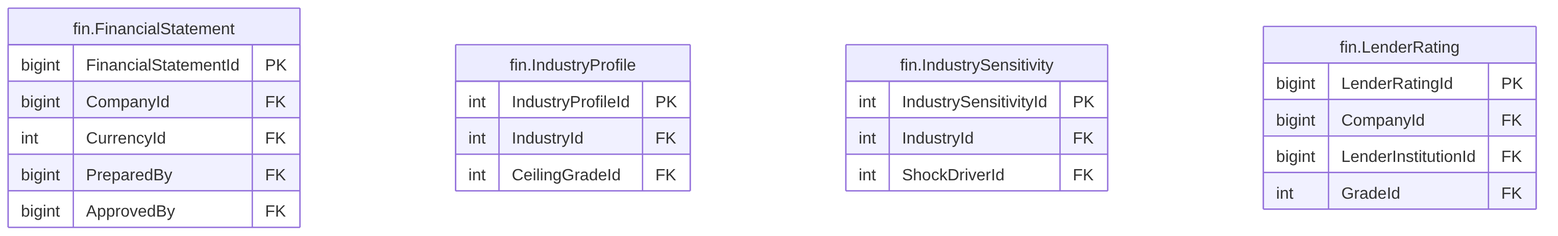
Before: treasury-platform/docs/diagrams/erd/m5_financials_7.png, a diagram exported from Mermaid (thawrasy/smartlines). Its source is kept beside it as treasury-platform/docs/diagrams/erd/m5_financials_7.mmd.
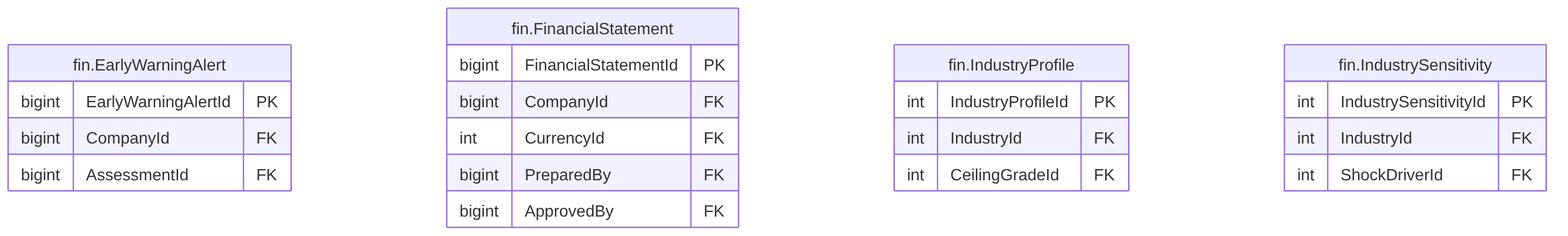
Later version of the same file.

Change to the diagram source:
```diff
@@ -1,4 +1,9 @@
 erDiagram
+  fin_EarlyWarningAlert["fin.EarlyWarningAlert"] {
+    bigint EarlyWarningAlertId PK
+    bigint CompanyId FK
+    bigint AssessmentId FK
+  }
   fin_FinancialStatement["fin.FinancialStatement"] {
     bigint FinancialStatementId PK
     bigint CompanyId FK
@@ -16,9 +21,3 @@
     int IndustryId FK
     int ShockDriverId FK
   }
-  fin_LenderRating["fin.LenderRating"] {
-    bigint LenderRatingId PK
-    bigint CompanyId FK
-    bigint LenderInstitutionId FK
-    int GradeId FK
-  }
```
